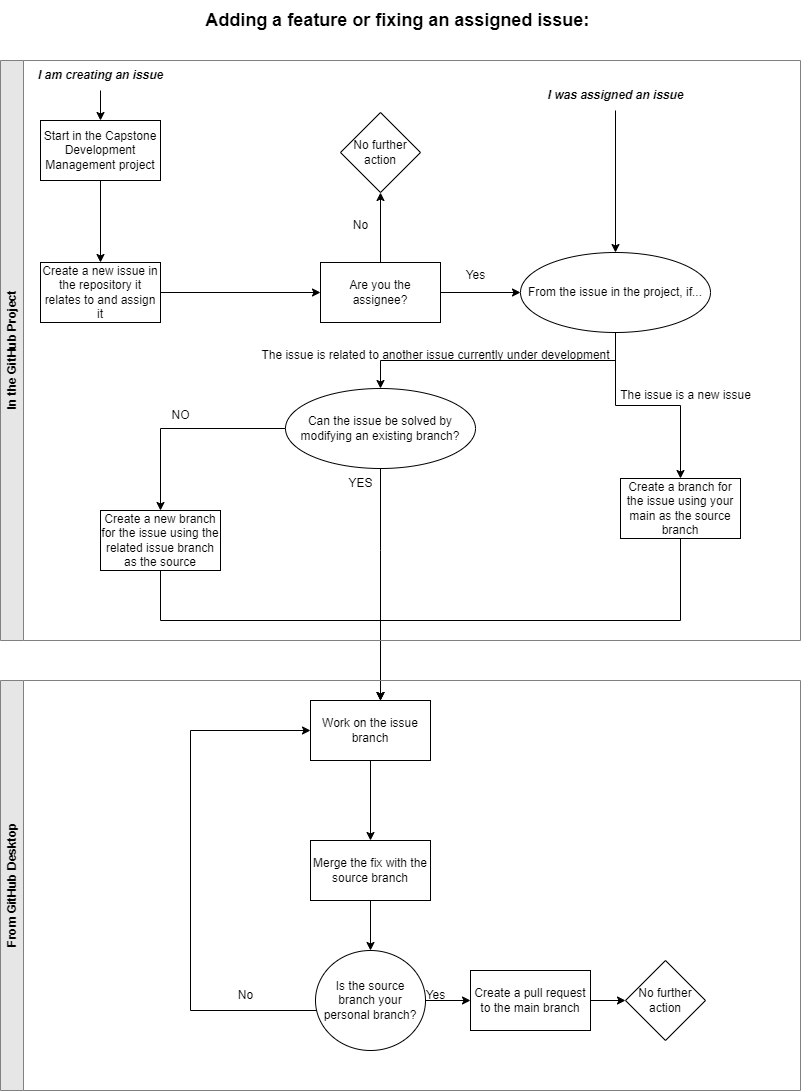
Before: workflows/Basic Git Workflow.drawio.png, a diagram exported from draw.io (flora-comms/flora-docs). Source tidied: cells renumbered, new cells last; positions are measured from the earlier drawing's top-left corner, leaving out a move shared by most shapes. Source of this version:
```xml
<mxGraphModel>
  <root>
    <mxCell id="0" />
    <mxCell id="1" parent="0" />
    <mxCell id="2" style="edgeStyle=orthogonalEdgeStyle;rounded=0;jettySize=auto;html=1;" parent="1" edge="1" source="3" target="6">
      <mxGeometry relative="1" as="geometry" />
    </mxCell>
    <mxCell id="3" value="Start in the Capstone Development Management project" style="whiteSpace=wrap;html=1;" parent="1" vertex="1">
      <mxGeometry x="40" y="120" width="120" height="60" as="geometry" />
    </mxCell>
    <mxCell id="4" value="&amp;nbsp;&lt;span style=&quot;font-size: 18px;&quot;&gt;&lt;b&gt;Adding a feature or fixing an assigned issue:&lt;/b&gt;&lt;/span&gt;" style="text;html=1;align=center;verticalAlign=middle;strokeColor=none;fillColor=none;" parent="1" vertex="1">
      <mxGeometry x="190" width="410" height="40" as="geometry" />
    </mxCell>
    <mxCell id="5" style="edgeStyle=orthogonalEdgeStyle;rounded=0;jettySize=auto;html=1;" parent="1" edge="1" source="6" target="9">
      <mxGeometry relative="1" as="geometry" />
    </mxCell>
    <mxCell id="6" value="Create a new issue in the repository it relates to and assign it" style="whiteSpace=wrap;html=1;" parent="1" vertex="1">
      <mxGeometry x="40" y="262" width="120" height="60" as="geometry" />
    </mxCell>
    <mxCell id="7" style="edgeStyle=orthogonalEdgeStyle;rounded=0;jettySize=auto;html=1;" parent="1" edge="1" source="9" target="23">
      <mxGeometry relative="1" as="geometry" />
    </mxCell>
    <mxCell id="8" style="edgeStyle=orthogonalEdgeStyle;rounded=0;jettySize=auto;html=1;" parent="1" edge="1" source="9" target="15">
      <mxGeometry relative="1" as="geometry" />
    </mxCell>
    <mxCell id="9" value="Are you the assignee?" style="whiteSpace=wrap;html=1;" parent="1" vertex="1">
      <mxGeometry x="320" y="262" width="120" height="60" as="geometry" />
    </mxCell>
    <mxCell id="10" style="edgeStyle=orthogonalEdgeStyle;rounded=0;jettySize=auto;html=1;" parent="1" edge="1" source="11" target="3">
      <mxGeometry relative="1" as="geometry" />
    </mxCell>
    <mxCell id="11" value="&lt;b&gt;&lt;i&gt;I am creating an issue&lt;/i&gt;&lt;/b&gt;" style="text;html=1;align=center;verticalAlign=middle;points=[];strokeColor=none;fillColor=none;" parent="1" vertex="1">
      <mxGeometry x="25" y="60" width="150" height="30" as="geometry" />
    </mxCell>
    <mxCell id="12" style="edgeStyle=orthogonalEdgeStyle;rounded=0;jettySize=auto;html=1;" parent="1" edge="1" source="13" target="23">
      <mxGeometry relative="1" as="geometry" />
    </mxCell>
    <mxCell id="13" value="&lt;b&gt;&lt;i&gt;I was assigned an issue&lt;/i&gt;&lt;/b&gt;" style="text;html=1;align=center;verticalAlign=middle;points=[];strokeColor=none;fillColor=none;" parent="1" vertex="1">
      <mxGeometry x="535" y="80" width="160" height="30" as="geometry" />
    </mxCell>
    <mxCell id="14" value="Yes" style="text;html=1;align=center;verticalAlign=middle;strokeColor=none;fillColor=none;" parent="1" vertex="1">
      <mxGeometry x="455" y="260" width="40" height="30" as="geometry" />
    </mxCell>
    <mxCell id="15" value="No further action" style="rhombus;whiteSpace=wrap;html=1;" parent="1" vertex="1">
      <mxGeometry x="340" y="112" width="80" height="80" as="geometry" />
    </mxCell>
    <mxCell id="16" value="No" style="text;html=1;align=center;verticalAlign=middle;strokeColor=none;fillColor=none;" parent="1" vertex="1">
      <mxGeometry x="340" y="210" width="40" height="30" as="geometry" />
    </mxCell>
    <mxCell id="17" style="edgeStyle=orthogonalEdgeStyle;rounded=0;jettySize=auto;html=1;" parent="1" edge="1" source="18" target="40">
      <mxGeometry relative="1" as="geometry">
        <Array as="points">
          <mxPoint x="680" y="620" />
          <mxPoint x="380" y="620" />
        </Array>
      </mxGeometry>
    </mxCell>
    <mxCell id="18" value="Create a branch for the issue using your main&lt;span style=&quot;background-color: initial;&quot;&gt;&amp;nbsp;as the source branch&lt;/span&gt;" style="whiteSpace=wrap;html=1;" parent="1" vertex="1">
      <mxGeometry x="620" y="478" width="120" height="60" as="geometry" />
    </mxCell>
    <mxCell id="19" value="The issue is a new issue" style="text;html=1;align=center;verticalAlign=middle;strokeColor=none;fillColor=none;" parent="1" vertex="1">
      <mxGeometry x="610" y="380" width="150" height="30" as="geometry" />
    </mxCell>
    <mxCell id="20" value="The issue is related to another issue currently under development" style="text;html=1;align=center;verticalAlign=middle;strokeColor=none;fillColor=none;" parent="1" vertex="1">
      <mxGeometry x="250" y="340" width="370" height="30" as="geometry" />
    </mxCell>
    <mxCell id="21" style="edgeStyle=orthogonalEdgeStyle;rounded=0;jettySize=auto;html=1;" parent="1" edge="1" source="23" target="26">
      <mxGeometry relative="1" as="geometry">
        <Array as="points">
          <mxPoint x="615" y="360" />
          <mxPoint x="380" y="360" />
        </Array>
      </mxGeometry>
    </mxCell>
    <mxCell id="22" style="edgeStyle=orthogonalEdgeStyle;rounded=0;jettySize=auto;html=1;" parent="1" edge="1" source="23" target="18">
      <mxGeometry relative="1" as="geometry" />
    </mxCell>
    <mxCell id="23" value="From the issue in the project, if..." style="ellipse;whiteSpace=wrap;html=1;" parent="1" vertex="1">
      <mxGeometry x="520" y="252" width="190" height="80" as="geometry" />
    </mxCell>
    <mxCell id="24" style="edgeStyle=orthogonalEdgeStyle;rounded=0;jettySize=auto;html=1;" parent="1" edge="1" source="26" target="29">
      <mxGeometry relative="1" as="geometry" />
    </mxCell>
    <mxCell id="25" style="edgeStyle=orthogonalEdgeStyle;rounded=0;jettySize=auto;html=1;" parent="1" edge="1" source="26" target="40">
      <mxGeometry relative="1" as="geometry">
        <Array as="points">
          <mxPoint x="380" y="550" />
          <mxPoint x="380" y="550" />
        </Array>
      </mxGeometry>
    </mxCell>
    <mxCell id="26" value="Can the issue be solved by modifying an existing branch?" style="ellipse;whiteSpace=wrap;html=1;" parent="1" vertex="1">
      <mxGeometry x="285" y="388" width="190" height="80" as="geometry" />
    </mxCell>
    <mxCell id="27" value="YES" style="text;html=1;align=center;verticalAlign=middle;strokeColor=none;fillColor=none;" parent="1" vertex="1">
      <mxGeometry x="335" y="468" width="50" height="30" as="geometry" />
    </mxCell>
    <mxCell id="28" style="edgeStyle=orthogonalEdgeStyle;rounded=0;jettySize=auto;html=1;" parent="1" edge="1" source="29" target="40">
      <mxGeometry relative="1" as="geometry">
        <Array as="points">
          <mxPoint x="160" y="620" />
          <mxPoint x="380" y="620" />
        </Array>
      </mxGeometry>
    </mxCell>
    <mxCell id="29" value="Create a new branch for the issue using the related issue branch as the source" style="whiteSpace=wrap;html=1;" parent="1" vertex="1">
      <mxGeometry x="100" y="510" width="120" height="60" as="geometry" />
    </mxCell>
    <mxCell id="30" value="NO" style="text;html=1;align=center;verticalAlign=middle;strokeColor=none;fillColor=none;" parent="1" vertex="1">
      <mxGeometry x="160" y="400" width="40" height="30" as="geometry" />
    </mxCell>
    <mxCell id="31" value="From GitHub Desktop" style="swimlane;horizontal=0;whiteSpace=wrap;html=1;strokeColor=#808080;fillColor=#E6E6E6;" parent="1" vertex="1">
      <mxGeometry y="680" width="800" height="410" as="geometry" />
    </mxCell>
    <mxCell id="32" style="edgeStyle=orthogonalEdgeStyle;rounded=0;jettySize=auto;html=1;" parent="31" edge="1" source="33" target="35">
      <mxGeometry relative="1" as="geometry" />
    </mxCell>
    <mxCell id="33" value="Is the source branch your personal branch?" style="ellipse;whiteSpace=wrap;html=1;" parent="31" vertex="1">
      <mxGeometry x="315" y="270" width="110" height="100" as="geometry" />
    </mxCell>
    <mxCell id="34" style="edgeStyle=orthogonalEdgeStyle;rounded=0;jettySize=auto;html=1;" parent="31" edge="1" source="35" target="38">
      <mxGeometry relative="1" as="geometry" />
    </mxCell>
    <mxCell id="35" value="Create a pull request to the main branch" style="whiteSpace=wrap;html=1;" parent="31" vertex="1">
      <mxGeometry x="470" y="290" width="120" height="60" as="geometry" />
    </mxCell>
    <mxCell id="36" value="Yes" style="text;html=1;align=center;verticalAlign=middle;strokeColor=none;fillColor=none;" parent="31" vertex="1">
      <mxGeometry x="415" y="300" width="40" height="30" as="geometry" />
    </mxCell>
    <mxCell id="37" value="No" style="text;html=1;align=center;verticalAlign=middle;strokeColor=none;fillColor=none;" parent="31" vertex="1">
      <mxGeometry x="225" y="300" width="40" height="30" as="geometry" />
    </mxCell>
    <mxCell id="38" value="No further action" style="rhombus;whiteSpace=wrap;html=1;" parent="31" vertex="1">
      <mxGeometry x="625" y="280" width="80" height="80" as="geometry" />
    </mxCell>
    <mxCell id="39" style="edgeStyle=orthogonalEdgeStyle;rounded=0;jettySize=auto;html=1;" parent="31" edge="1" source="40" target="41">
      <mxGeometry relative="1" as="geometry" />
    </mxCell>
    <mxCell id="40" value="Work on the issue branch" style="whiteSpace=wrap;html=1;" parent="31" vertex="1">
      <mxGeometry x="310" y="20" width="120" height="60" as="geometry" />
    </mxCell>
    <mxCell id="41" value="Merge the fix with the source branch" style="whiteSpace=wrap;html=1;" parent="31" vertex="1">
      <mxGeometry x="310" y="160" width="120" height="60" as="geometry" />
    </mxCell>
    <mxCell id="42" style="edgeStyle=orthogonalEdgeStyle;rounded=0;jettySize=auto;html=1;" parent="31" edge="1" source="33" target="40">
      <mxGeometry relative="1" as="geometry">
        <Array as="points">
          <mxPoint x="190" y="330" />
          <mxPoint x="190" y="50" />
        </Array>
      </mxGeometry>
    </mxCell>
    <mxCell id="43" style="edgeStyle=orthogonalEdgeStyle;rounded=0;jettySize=auto;html=1;" parent="31" edge="1" source="41" target="33">
      <mxGeometry relative="1" as="geometry" />
    </mxCell>
    <mxCell id="44" value="In the GitHub Project" style="swimlane;horizontal=0;whiteSpace=wrap;html=1;strokeColor=#808080;fillColor=#E6E6E6;" parent="1" vertex="1">
      <mxGeometry y="60" width="800" height="580" as="geometry" />
    </mxCell>
  </root>
</mxGraphModel>
```
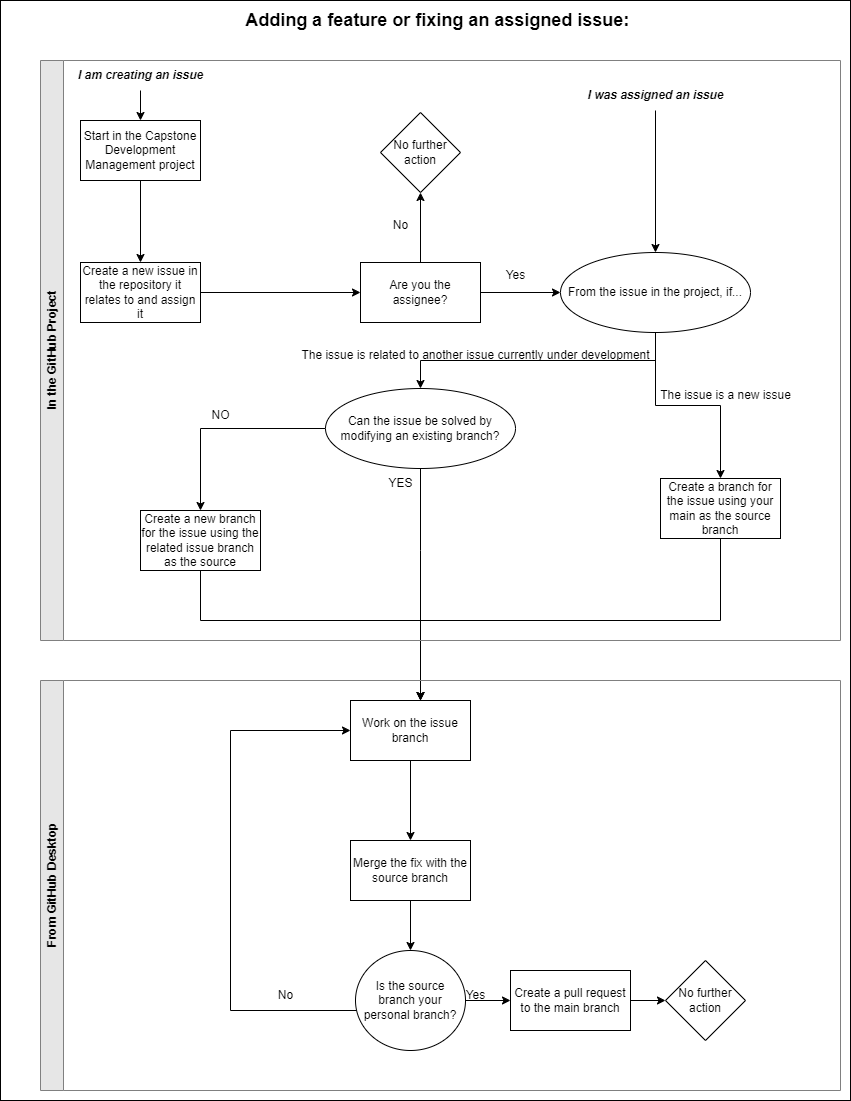
The same file after the commit.

Commit message:
Added white background for readability

Diff of the diagram source:
```diff
@@ -2,6 +2,9 @@
   <root>
     <mxCell id="0" />
     <mxCell id="1" parent="0" />
+    <mxCell id="45" style="rounded=0;whiteSpace=wrap;html=1;" parent="1" vertex="1">
+      <mxGeometry x="-40" width="850" height="1100" as="geometry" />
+    </mxCell>
     <mxCell id="2" style="edgeStyle=orthogonalEdgeStyle;rounded=0;jettySize=auto;html=1;" parent="1" edge="1" source="3" target="6">
       <mxGeometry relative="1" as="geometry" />
     </mxCell>
```
